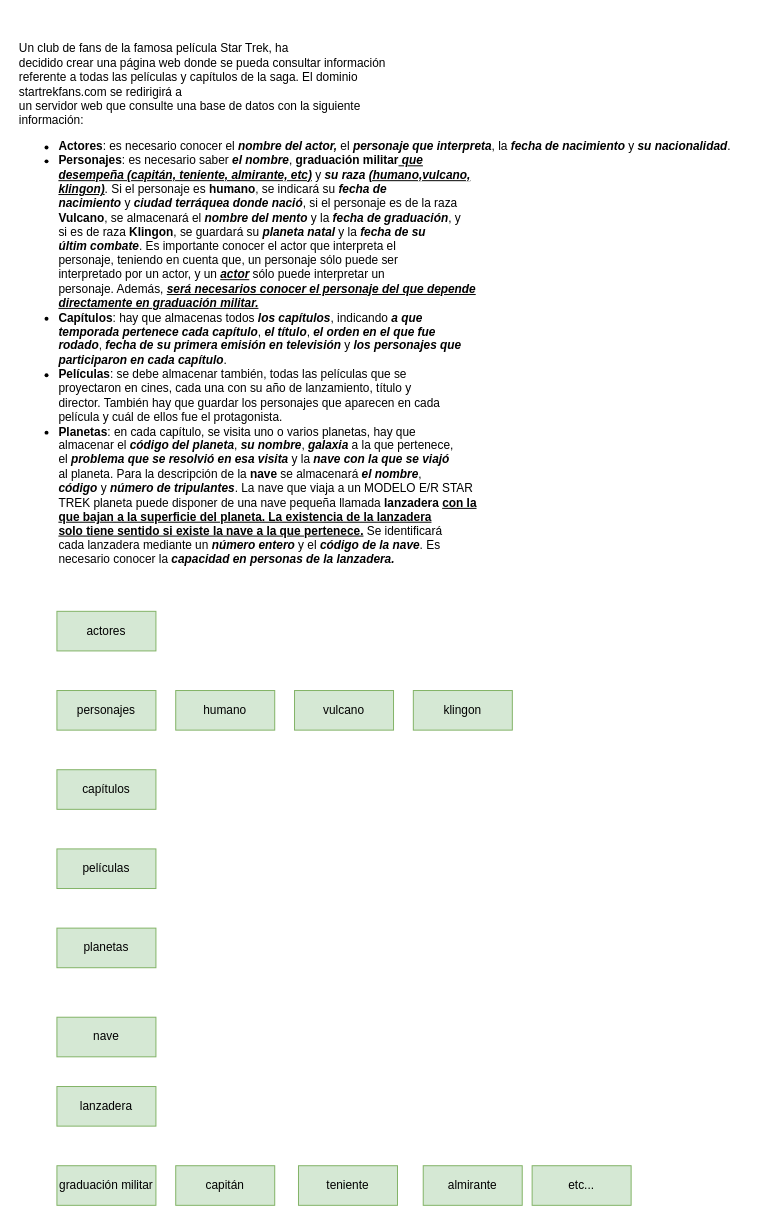
This is page "Paso 1" (1 of 2) of Tareas/Tema 2/Tarea 10/Ejercicio10.drawio from JCarlosAR032/base-de-datos, a draw.io file, before an edit. Source tidied: cells renumbered, new cells numbered last; positions are measured from the earlier drawing's top-left corner, leaving out a move shared by most shapes. Both pictures are drawn from the tidied source at 99%, with x=0, y=0 at pixel (17, 17).
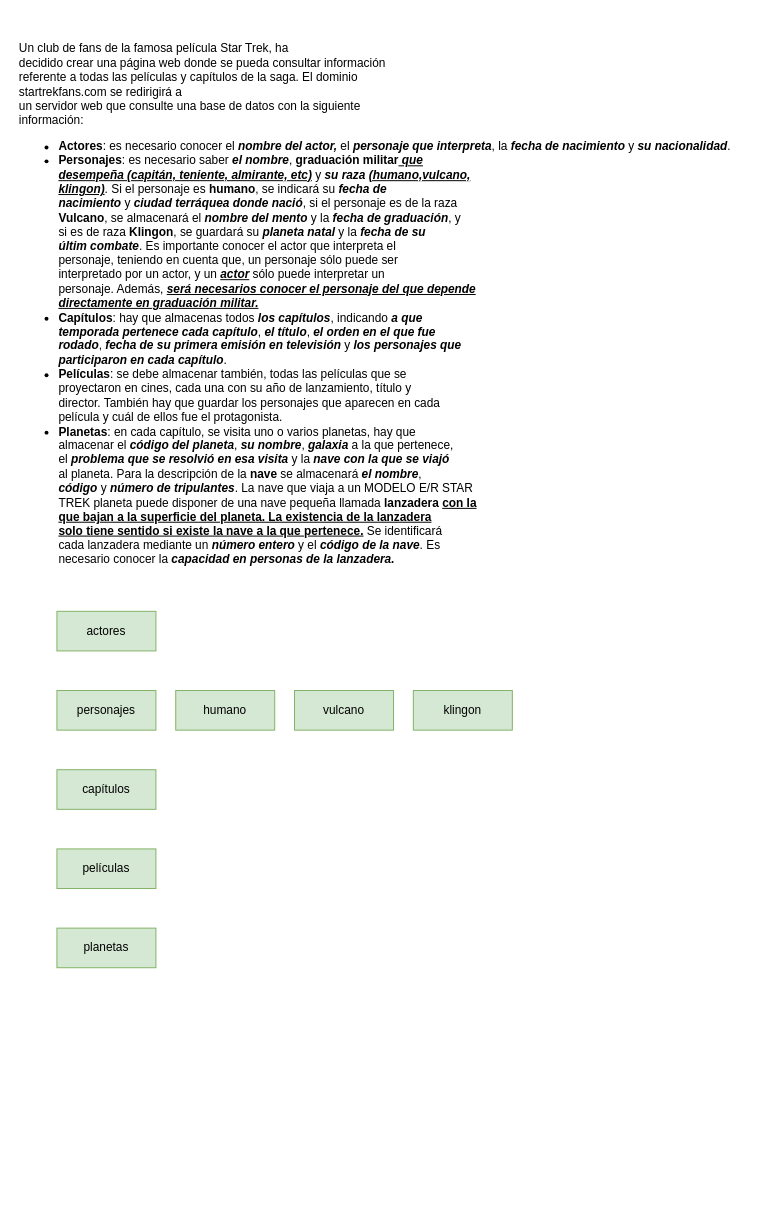
Above is the later version.

What changed in the source:
```diff
@@
 <mxGraphModel>
   <root>
     <mxCell id="0" />
     <mxCell id="1" parent="0" />
     <mxCell id="2" value="&lt;p dir=&quot;auto&quot; align=&quot;left&quot;&gt;Un club de fans de la famosa película Star Trek, ha &lt;br&gt;decidido crear una página web donde se pueda consultar información &lt;br&gt;referente a todas las películas y capítulos de la saga. El dominio &lt;br&gt;startrekfans.com se redirigirá a&lt;br&gt;un servidor web que consulte una base de datos con la siguiente &lt;br&gt;información:&lt;br&gt;&lt;/p&gt;&lt;div align=&quot;left&quot;&gt;&lt;ul dir=&quot;auto&quot;&gt;&lt;li&gt;&lt;b&gt;Actores&lt;/b&gt;: es necesario conocer el &lt;i&gt;&lt;b&gt;nombre del actor,&lt;/b&gt;&lt;/i&gt; el &lt;b&gt;&lt;i&gt;personaje que interpreta&lt;/i&gt;&lt;/b&gt;, la &lt;b&gt;&lt;i&gt;fecha de nacimiento&lt;/i&gt;&lt;/b&gt; y &lt;b&gt;&lt;i&gt;su nacionalidad&lt;/i&gt;&lt;/b&gt;.&lt;/li&gt;&lt;li&gt;&lt;b&gt;Personajes&lt;/b&gt;: es necesario saber &lt;b&gt;&lt;i&gt;el nombre&lt;/i&gt;&lt;/b&gt;, &lt;b&gt;graduación militar&lt;i&gt;&lt;u&gt; que&lt;br&gt;desempeña (capitán, teniente, almirante, etc)&lt;/u&gt;&lt;/i&gt;&lt;/b&gt; y &lt;b&gt;&lt;i&gt;su raza&lt;/i&gt;&lt;/b&gt; &lt;u&gt;&lt;b&gt;&lt;i&gt;(humano,vulcano,&lt;br&gt; klingon)&lt;/i&gt;&lt;/b&gt;&lt;/u&gt;. Si el personaje es &lt;b&gt;humano&lt;/b&gt;, se indicará su &lt;b&gt;&lt;i&gt;fecha de&lt;br&gt;nacimiento&lt;/i&gt;&lt;/b&gt; y &lt;i&gt;&lt;b&gt;ciudad terráquea donde nació&lt;/b&gt;&lt;/i&gt;, si el personaje es de la raza&lt;br&gt; &lt;b&gt;Vulcano&lt;/b&gt;, se almacenará el &lt;i&gt;&lt;b&gt;nombre del mento&lt;/b&gt;&lt;/i&gt; y la &lt;b&gt;&lt;i&gt;fecha de graduación&lt;/i&gt;&lt;/b&gt;, y &lt;br&gt;si es de raza &lt;b&gt;Klingon&lt;/b&gt;, se guardará su &lt;b&gt;&lt;i&gt;planeta natal&lt;/i&gt;&lt;/b&gt; y la &lt;b&gt;&lt;i&gt;fecha de su &lt;br&gt;últim combate&lt;/i&gt;&lt;/b&gt;. Es importante conocer el actor que interpreta el &lt;br&gt;personaje, teniendo en cuenta que, un personaje sólo puede ser &lt;br&gt;interpretado por un actor, y un &lt;b&gt;&lt;i&gt;&lt;u&gt;actor&lt;/u&gt;&lt;/i&gt;&lt;/b&gt; sólo puede interpretar un &lt;br&gt;personaje. Además, &lt;b&gt;&lt;i&gt;&lt;u&gt;será necesarios conocer el personaje del que depende &lt;br&gt;directamente en graduación militar.&lt;br&gt;&lt;/u&gt;&lt;/i&gt;&lt;/b&gt;&lt;/li&gt;&lt;li&gt;&lt;b&gt;Capítulos&lt;/b&gt;: hay que almacenas todos &lt;b&gt;&lt;i&gt;los capítulos&lt;/i&gt;&lt;/b&gt;, indicando &lt;b&gt;&lt;i&gt;a que &lt;br&gt;temporada pertenece cada capítulo&lt;/i&gt;&lt;/b&gt;, &lt;i&gt;&lt;b&gt;el título&lt;/b&gt;&lt;/i&gt;, &lt;b&gt;&lt;i&gt;el orden en el que fue &lt;br&gt;rodado&lt;/i&gt;&lt;/b&gt;, &lt;b&gt;&lt;i&gt;fecha de su primera emisión en televisión&lt;/i&gt;&lt;/b&gt; y &lt;b&gt;&lt;i&gt;los personajes que &lt;br&gt;participaron en cada capítulo&lt;/i&gt;&lt;/b&gt;.&lt;/li&gt;&lt;li&gt;&lt;b&gt;Películas&lt;/b&gt;: se debe almacenar también, todas las películas que se &lt;br&gt;proyectaron en cines, cada una con su año de lanzamiento, título y &lt;br&gt;director. También hay que guardar los personajes que aparecen en cada &lt;br&gt;película y cuál de ellos fue el protagonista.&lt;/li&gt;&lt;li&gt;&lt;b&gt;Planetas&lt;/b&gt;: en cada capítulo, se visita uno o varios planetas, hay que&lt;br&gt; almacenar el &lt;b&gt;&lt;i&gt;código del planeta&lt;/i&gt;&lt;/b&gt;, &lt;b&gt;&lt;i&gt;su nombre&lt;/i&gt;&lt;/b&gt;, &lt;i&gt;&lt;b&gt;galaxia&lt;/b&gt;&lt;/i&gt; a la que pertenece,&lt;br&gt; el &lt;b&gt;&lt;i&gt;problema que se resolvió en esa visita&lt;/i&gt;&lt;/b&gt; y la &lt;b&gt;&lt;i&gt;nave con la que se viajó&lt;/i&gt;&lt;/b&gt;&lt;br&gt; al planeta. Para la descripción de la &lt;b&gt;nave&lt;/b&gt; se almacenará &lt;b&gt;&lt;i&gt;el nombre&lt;/i&gt;&lt;/b&gt;, &lt;br&gt;&lt;b&gt;&lt;i&gt;código&lt;/i&gt;&lt;/b&gt; y &lt;b&gt;&lt;i&gt;número de tripulantes&lt;/i&gt;&lt;/b&gt;. La nave que viaja a un MODELO E/R STAR &lt;br&gt;TREK planeta puede disponer de una nave pequeña llamada &lt;b&gt;lanzadera&lt;/b&gt; &lt;b&gt;&lt;u&gt;con la&lt;br&gt; que bajan a la superficie del planeta.&lt;/u&gt;&lt;u&gt; La existencia de la lanzadera &lt;br&gt;solo tiene sentido si existe la nave a la que pertenece.&lt;/u&gt;&lt;/b&gt; Se identificará&lt;br&gt; cada lanzadera mediante un &lt;b&gt;&lt;i&gt;número entero&lt;/i&gt;&lt;/b&gt; y el &lt;b&gt;&lt;i&gt;código de la nave&lt;/i&gt;&lt;/b&gt;. Es &lt;br&gt;necesario conocer la &lt;b&gt;&lt;i&gt;capacidad en personas de la lanzadera.&lt;/i&gt;&lt;/b&gt;&lt;/li&gt;&lt;/ul&gt;&lt;/div&gt;" style="text;html=1;align=left;verticalAlign=middle;strokeColor=none;fillColor=none;" parent="1" vertex="1">
       <mxGeometry width="740" height="580" as="geometry" />
     </mxCell>
     <mxCell id="3" value="actores" style="whiteSpace=wrap;html=1;align=center;fillColor=#d5e8d4;strokeColor=#82b366;" parent="1" vertex="1">
       <mxGeometry x="40" y="600" width="100" height="40" as="geometry" />
     </mxCell>
     <mxCell id="4" value="personajes" style="whiteSpace=wrap;html=1;align=center;fillColor=#d5e8d4;strokeColor=#82b366;" parent="1" vertex="1">
       <mxGeometry x="40" y="680" width="100" height="40" as="geometry" />
     </mxCell>
     <mxCell id="5" value="capítulos" style="whiteSpace=wrap;html=1;align=center;fillColor=#d5e8d4;strokeColor=#82b366;" parent="1" vertex="1">
       <mxGeometry x="40" y="760" width="100" height="40" as="geometry" />
     </mxCell>
     <mxCell id="6" value="películas" style="whiteSpace=wrap;html=1;align=center;fillColor=#d5e8d4;strokeColor=#82b366;" parent="1" vertex="1">
       <mxGeometry x="40" y="840" width="100" height="40" as="geometry" />
     </mxCell>
     <mxCell id="7" value="planetas" style="whiteSpace=wrap;html=1;align=center;fillColor=#d5e8d4;strokeColor=#82b366;" parent="1" vertex="1">
       <mxGeometry x="40" y="920" width="100" height="40" as="geometry" />
     </mxCell>
     <mxCell id="8" value="humano" style="whiteSpace=wrap;html=1;align=center;fillColor=#d5e8d4;strokeColor=#82b366;" parent="1" vertex="1">
       <mxGeometry x="160" y="680" width="100" height="40" as="geometry" />
     </mxCell>
     <mxCell id="9" value="vulcano" style="whiteSpace=wrap;html=1;align=center;fillColor=#d5e8d4;strokeColor=#82b366;" parent="1" vertex="1">
       <mxGeometry x="280" y="680" width="100" height="40" as="geometry" />
     </mxCell>
     <mxCell id="10" value="klingon" style="whiteSpace=wrap;html=1;align=center;fillColor=#d5e8d4;strokeColor=#82b366;" parent="1" vertex="1">
       <mxGeometry x="400" y="680" width="100" height="40" as="geometry" />
     </mxCell>
-    <mxCell id="11" value="nave" style="whiteSpace=wrap;html=1;align=center;fillColor=#d5e8d4;strokeColor=#82b366;" parent="1" vertex="1">
-      <mxGeometry x="40" y="1010" width="100" height="40" as="geometry" />
-    </mxCell>
-    <mxCell id="12" value="lanzadera" style="whiteSpace=wrap;html=1;align=center;fillColor=#d5e8d4;strokeColor=#82b366;" parent="1" vertex="1">
-      <mxGeometry x="40" y="1080" width="100" height="40" as="geometry" />
-    </mxCell>
-    <mxCell id="13" value="graduación militar" style="whiteSpace=wrap;html=1;align=center;fillColor=#d5e8d4;strokeColor=#82b366;" parent="1" vertex="1">
-      <mxGeometry x="40" y="1160" width="100" height="40" as="geometry" />
-    </mxCell>
-    <mxCell id="14" value="capitán" style="whiteSpace=wrap;html=1;align=center;fillColor=#d5e8d4;strokeColor=#82b366;" parent="1" vertex="1">
-      <mxGeometry x="160" y="1160" width="100" height="40" as="geometry" />
-    </mxCell>
-    <mxCell id="15" value="teniente" style="whiteSpace=wrap;html=1;align=center;fillColor=#d5e8d4;strokeColor=#82b366;" parent="1" vertex="1">
-      <mxGeometry x="284" y="1160" width="100" height="40" as="geometry" />
-    </mxCell>
-    <mxCell id="16" value="almirante" style="whiteSpace=wrap;html=1;align=center;fillColor=#d5e8d4;strokeColor=#82b366;" parent="1" vertex="1">
-      <mxGeometry x="410" y="1160" width="100" height="40" as="geometry" />
-    </mxCell>
-    <mxCell id="17" value="etc..." style="whiteSpace=wrap;html=1;align=center;fillColor=#d5e8d4;strokeColor=#82b366;" parent="1" vertex="1">
-      <mxGeometry x="520" y="1160" width="100" height="40" as="geometry" />
-    </mxCell>
   </root>
 </mxGraphModel>
```
